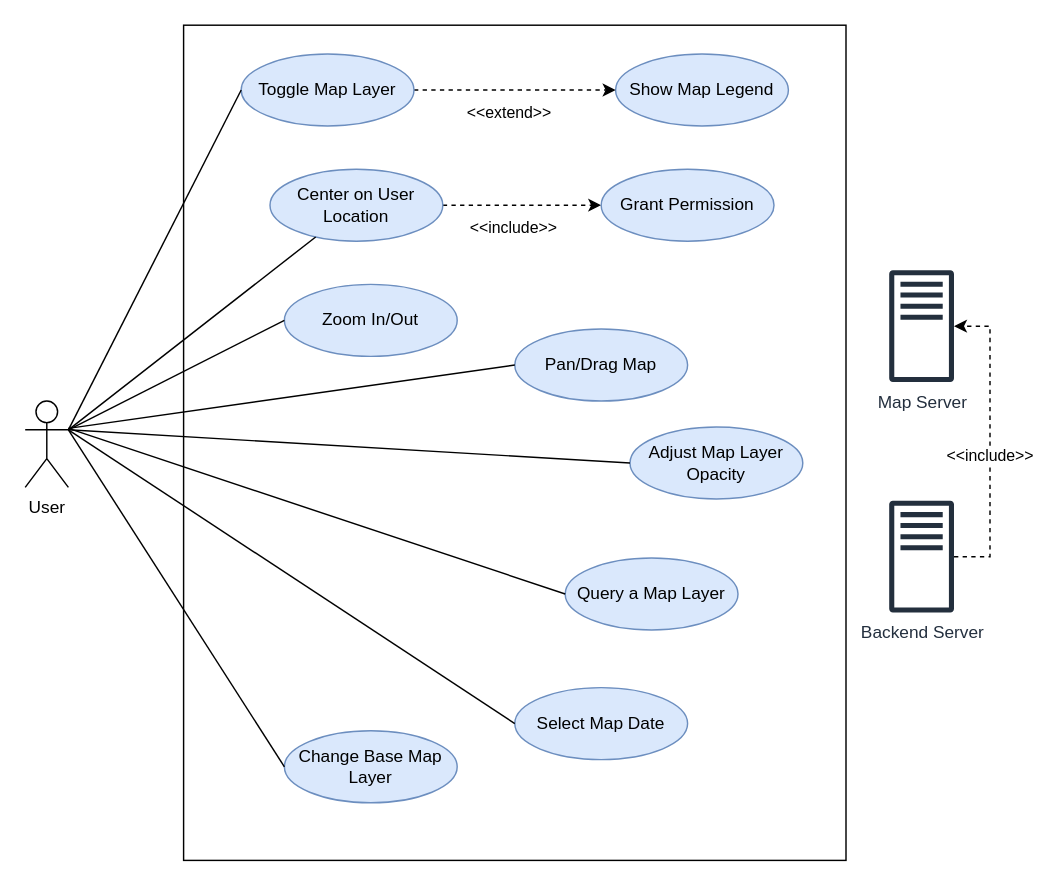
skogkursbachelor/diagrams keeps this draw.io diagram as skogkurs_use_case.drawio. Above is the earlier version. Source tidied: cells renumbered, new cells numbered last; positions are measured from the earlier drawing's top-left corner, leaving out a move shared by most shapes. Both pictures are drawn from the tidied source at 144%, with x=0, y=0 at pixel (24, 24).
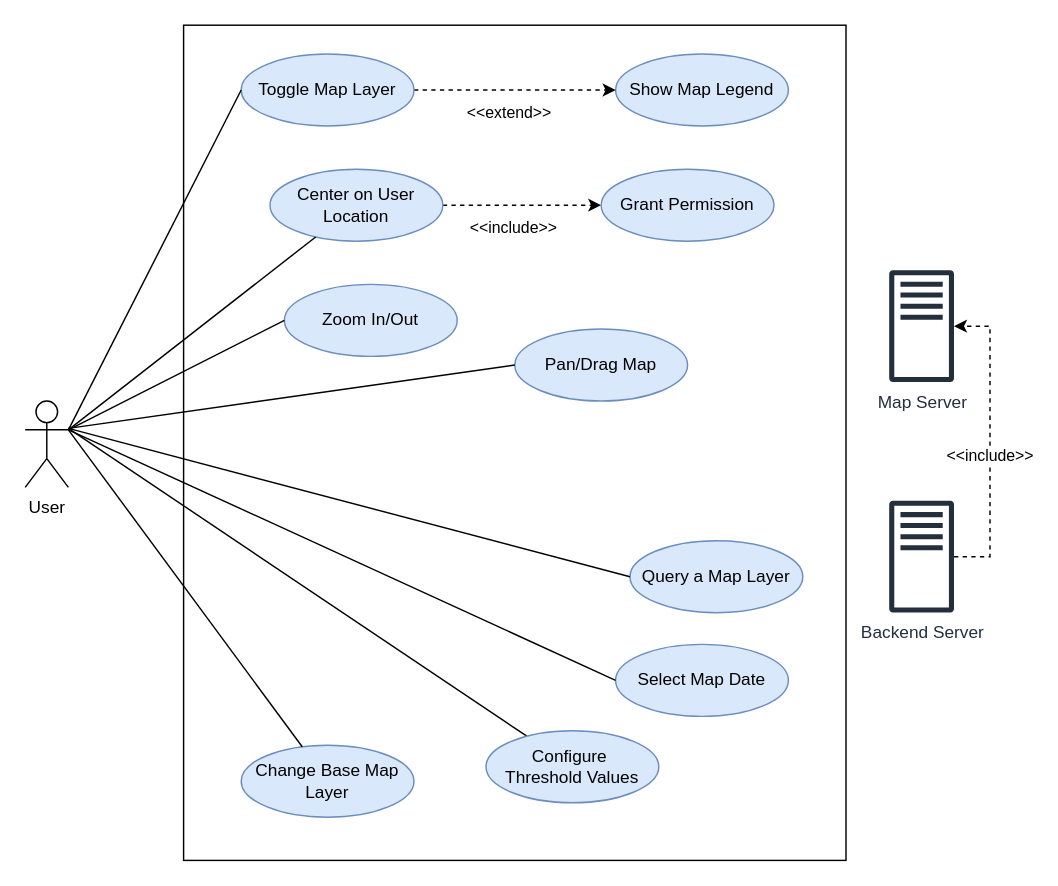
Above is the later version.

Commit message:
chore: updated with new use cases

The change refers to these unchanged cells:
```xml
<mxCell id="21" value="User" style="shape=umlActor;verticalLabelPosition=bottom;verticalAlign=top;html=1;outlineConnect=0;" parent="1" vertex="1">
  <mxGeometry y="261" width="30" height="60" as="geometry" />
</mxCell>
```

What changed in the source:
```diff
@@
     <mxCell id="7" value="Select Map Date" style="shape=ellipse;html=1;dashed=0;whiteSpace=wrap;perimeter=ellipsePerimeter;fillColor=#dae8fc;strokeColor=#6c8ebf;" parent="1" vertex="1">
-      <mxGeometry x="340" y="460" width="120" height="50" as="geometry" />
+      <mxGeometry x="410" y="430" width="120" height="50" as="geometry" />
     </mxCell>
     <mxCell id="8" value="Change Base Map Layer" style="shape=ellipse;html=1;dashed=0;whiteSpace=wrap;perimeter=ellipsePerimeter;fillColor=#dae8fc;strokeColor=#6c8ebf;" parent="1" vertex="1">
-      <mxGeometry x="180" y="490" width="120" height="50" as="geometry" />
+      <mxGeometry x="150" y="500" width="120" height="50" as="geometry" />
     </mxCell>
@@
-    <mxCell id="18" style="rounded=0;jettySize=auto;html=1;exitX=1;exitY=0.3333333333333333;exitDx=0;exitDy=0;exitPerimeter=0;entryX=0;entryY=0.5;entryDx=0;entryDy=0;endArrow=none;startFill=0;" parent="1" edge="1" source="21" target="8">
-      <mxGeometry relative="1" as="geometry" />
-    </mxCell>
@@
-    <mxCell id="25" value="Adjust Map Layer Opacity" style="shape=ellipse;html=1;dashed=0;whiteSpace=wrap;perimeter=ellipsePerimeter;fillColor=#dae8fc;strokeColor=#6c8ebf;" parent="1" vertex="1">
-      <mxGeometry x="420" y="279" width="120" height="50" as="geometry" />
-    </mxCell>
-    <mxCell id="26" style="rounded=0;jettySize=auto;html=1;entryX=0;entryY=0.5;entryDx=0;entryDy=0;endArrow=none;startFill=0;exitX=1;exitY=0.3333333333333333;exitDx=0;exitDy=0;exitPerimeter=0;" parent="1" edge="1" source="21" target="25">
-      <mxGeometry relative="1" as="geometry" />
-    </mxCell>
     <mxCell id="27" value="Query a Map Layer" style="shape=ellipse;html=1;dashed=0;whiteSpace=wrap;perimeter=ellipsePerimeter;fillColor=#dae8fc;strokeColor=#6c8ebf;" parent="1" vertex="1">
-      <mxGeometry x="375" y="370" width="120" height="50" as="geometry" />
+      <mxGeometry x="420" y="358" width="120" height="50" as="geometry" />
     </mxCell>
@@
+    <mxCell id="30" style="rounded=0;jettySize=auto;html=1;endArrow=none;startFill=0;" parent="1" edge="1" source="31">
+      <mxGeometry relative="1" as="geometry">
+        <mxPoint x="30" y="280" as="targetPoint" />
+      </mxGeometry>
+    </mxCell>
+    <mxCell id="31" value="Configure&amp;nbsp;&lt;div&gt;Threshold Values&lt;/div&gt;" style="shape=ellipse;html=1;dashed=0;whiteSpace=wrap;perimeter=ellipsePerimeter;fillColor=#dae8fc;strokeColor=#6c8ebf;" parent="1" vertex="1">
+      <mxGeometry x="320" y="490" width="120" height="50" as="geometry" />
+    </mxCell>
+    <mxCell id="32" style="rounded=0;jettySize=auto;html=1;entryX=1;entryY=0.3333333333333333;entryDx=0;entryDy=0;entryPerimeter=0;endArrow=none;startFill=0;" parent="1" edge="1" source="8" target="21">
+      <mxGeometry relative="1" as="geometry" />
+    </mxCell>
```
